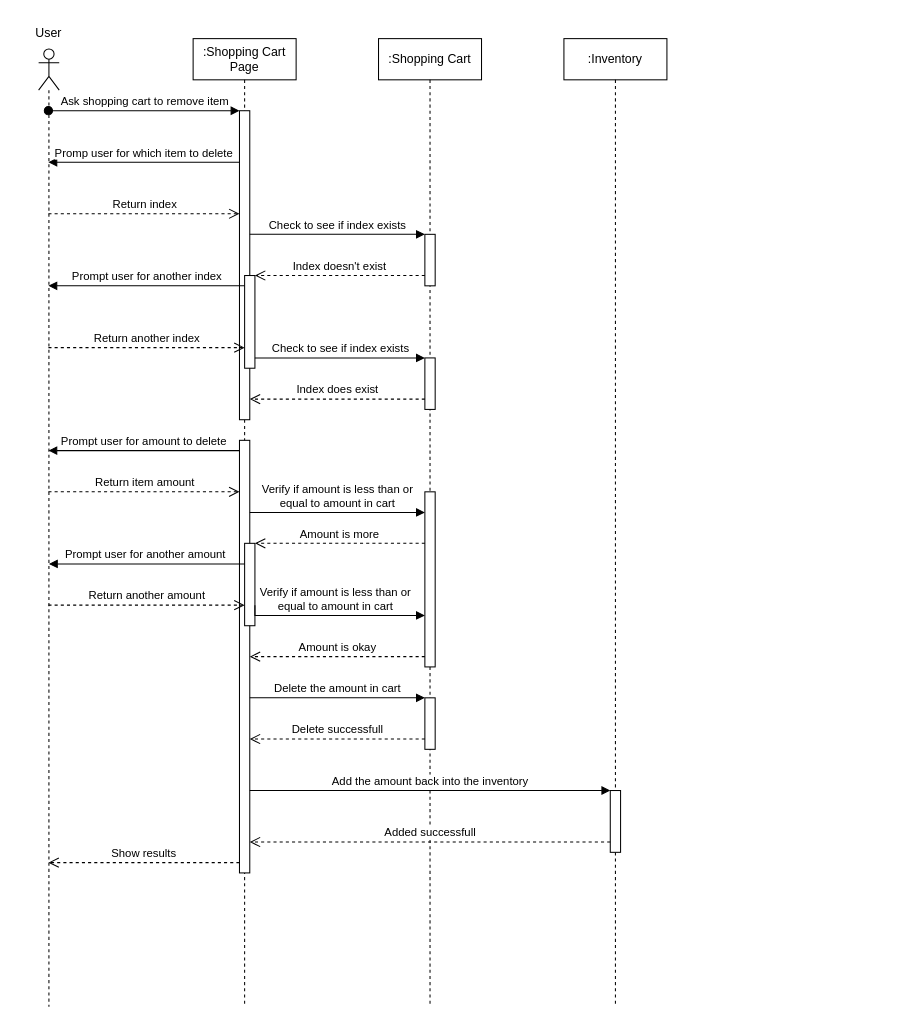
This is Remove Item Sequence Diagram.drawio from adl409/SE-project-Group-5, a draw.io file, before an edit. Source tidied: cells renumbered, new cells numbered last; positions are measured from the earlier drawing's top-left corner, leaving out a move shared by most shapes. Both pictures are drawn from the tidied source at 103%, with x=0, y=0 at pixel (18, 18).
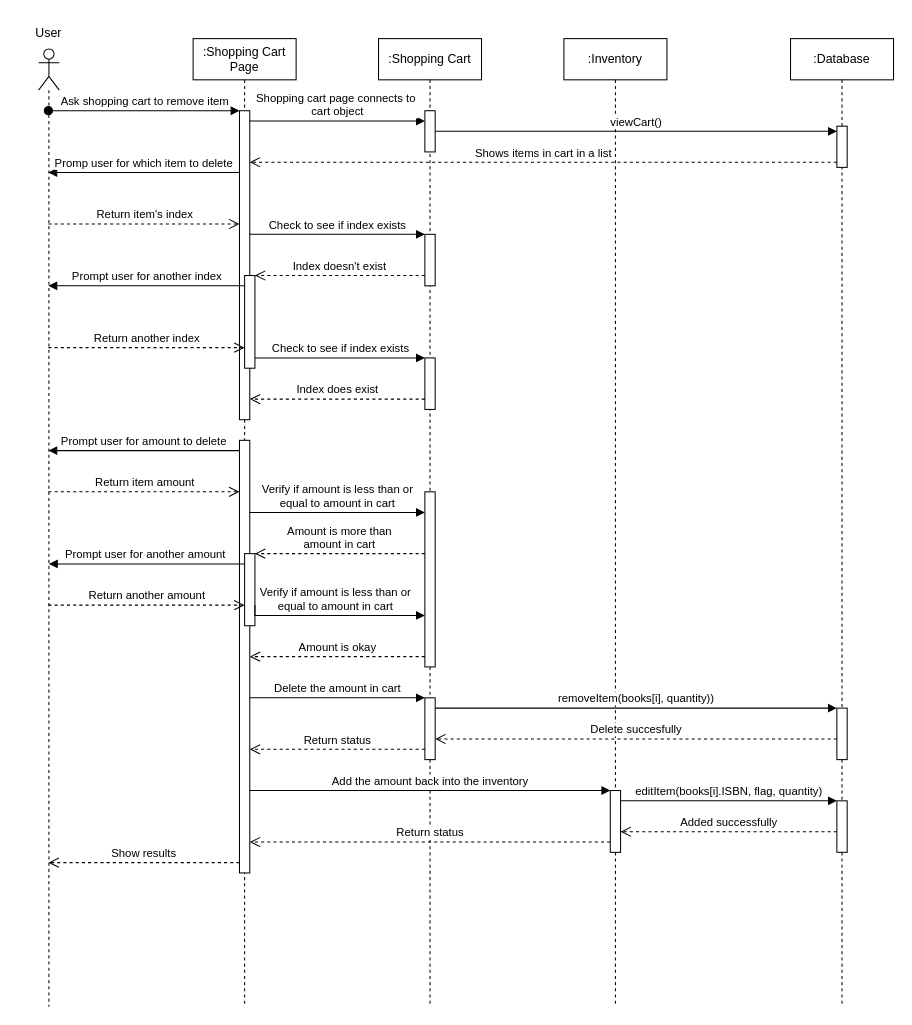
The same diagram, later.

Unchanged cells that the change refers to:
```xml
<mxCell id="2" value=":Shopping Cart" style="shape=umlLifeline;perimeter=lifelinePerimeter;whiteSpace=wrap;html=1;newEdgeStyle={&quot;edgeStyle&quot;:&quot;elbowEdgeStyle&quot;,&quot;elbow&quot;:&quot;vertical&quot;,&quot;curved&quot;:0,&quot;rounded&quot;:0};" parent="1" vertex="1">
  <mxGeometry x="350" y="20" width="100" height="940" as="geometry" />
</mxCell>
<mxCell id="4" style="html=1;points=[];perimeter=orthogonalPerimeter;outlineConnect=0;targetShapes=umlLifeline;portConstraint=eastwest;newEdgeStyle={&quot;edgeStyle&quot;:&quot;elbowEdgeStyle&quot;,&quot;elbow&quot;:&quot;vertical&quot;,&quot;curved&quot;:0,&quot;rounded&quot;:0};" parent="2" vertex="1">
  <mxGeometry x="45" y="440" width="10" height="170" as="geometry" />
</mxCell>
<mxCell id="8" style="html=1;points=[];perimeter=orthogonalPerimeter;outlineConnect=0;targetShapes=umlLifeline;portConstraint=eastwest;newEdgeStyle={&quot;edgeStyle&quot;:&quot;elbowEdgeStyle&quot;,&quot;elbow&quot;:&quot;vertical&quot;,&quot;curved&quot;:0,&quot;rounded&quot;:0};" parent="7" vertex="1">
  <mxGeometry x="45" y="730" width="10" height="60" as="geometry" />
</mxCell>
<mxCell id="9" style="shape=umlLifeline;perimeter=lifelinePerimeter;whiteSpace=wrap;html=1;outlineConnect=0;portConstraint=eastwest;newEdgeStyle={&quot;edgeStyle&quot;:&quot;elbowEdgeStyle&quot;,&quot;elbow&quot;:&quot;vertical&quot;,&quot;curved&quot;:0,&quot;rounded&quot;:0};participant=umlActor;" parent="1" vertex="1">
  <mxGeometry x="20" y="30" width="20" height="930" as="geometry" />
</mxCell>
<mxCell id="12" value=":Shopping Cart Page" style="shape=umlLifeline;perimeter=lifelinePerimeter;whiteSpace=wrap;html=1;newEdgeStyle={&quot;edgeStyle&quot;:&quot;elbowEdgeStyle&quot;,&quot;elbow&quot;:&quot;vertical&quot;,&quot;curved&quot;:0,&quot;rounded&quot;:0};" parent="1" vertex="1">
  <mxGeometry x="170" y="20" width="100" height="940" as="geometry" />
</mxCell>
<mxCell id="13" style="html=1;points=[];perimeter=orthogonalPerimeter;outlineConnect=0;targetShapes=umlLifeline;portConstraint=eastwest;newEdgeStyle={&quot;edgeStyle&quot;:&quot;elbowEdgeStyle&quot;,&quot;elbow&quot;:&quot;vertical&quot;,&quot;curved&quot;:0,&quot;rounded&quot;:0};" parent="12" vertex="1">
  <mxGeometry x="45" y="70" width="10" height="300" as="geometry" />
</mxCell>
<mxCell id="15" style="html=1;points=[];perimeter=orthogonalPerimeter;outlineConnect=0;targetShapes=umlLifeline;portConstraint=eastwest;newEdgeStyle={&quot;edgeStyle&quot;:&quot;elbowEdgeStyle&quot;,&quot;elbow&quot;:&quot;vertical&quot;,&quot;curved&quot;:0,&quot;rounded&quot;:0};" parent="12" vertex="1">
  <mxGeometry x="45" y="390" width="10" height="420" as="geometry" />
</mxCell>
```

Diff of the diagram source:
```diff
@@
     <mxCell id="6" style="html=1;points=[];perimeter=orthogonalPerimeter;outlineConnect=0;targetShapes=umlLifeline;portConstraint=eastwest;newEdgeStyle={&quot;edgeStyle&quot;:&quot;elbowEdgeStyle&quot;,&quot;elbow&quot;:&quot;vertical&quot;,&quot;curved&quot;:0,&quot;rounded&quot;:0};" parent="2" vertex="1">
-      <mxGeometry x="45" y="640" width="10" height="50" as="geometry" />
+      <mxGeometry x="45" y="640" width="10" height="60" as="geometry" />
     </mxCell>
+    <mxCell id="38" style="html=1;points=[];perimeter=orthogonalPerimeter;outlineConnect=0;targetShapes=umlLifeline;portConstraint=eastwest;newEdgeStyle={&quot;edgeStyle&quot;:&quot;elbowEdgeStyle&quot;,&quot;elbow&quot;:&quot;vertical&quot;,&quot;curved&quot;:0,&quot;rounded&quot;:0};" parent="2" vertex="1">
+      <mxGeometry x="45" y="70" width="10" height="40" as="geometry" />
+    </mxCell>
@@
     <mxCell id="16" style="html=1;points=[];perimeter=orthogonalPerimeter;outlineConnect=0;targetShapes=umlLifeline;portConstraint=eastwest;newEdgeStyle={&quot;edgeStyle&quot;:&quot;elbowEdgeStyle&quot;,&quot;elbow&quot;:&quot;vertical&quot;,&quot;curved&quot;:0,&quot;rounded&quot;:0};" parent="12" vertex="1">
-      <mxGeometry x="50" y="490" width="10" height="80" as="geometry" />
+      <mxGeometry x="50" y="500" width="10" height="70" as="geometry" />
     </mxCell>
     <mxCell id="17" value="Promp user for which item to delete" style="html=1;verticalAlign=bottom;endArrow=block;edgeStyle=elbowEdgeStyle;elbow=vertical;curved=0;rounded=0;" parent="1" edge="1" source="13" target="9">
       <mxGeometry relative="1" as="geometry">
         <Array as="points">
-          <mxPoint x="130" y="140" />
+          <mxPoint x="130" y="150" />
           <mxPoint x="100" y="130" />
         </Array>
       </mxGeometry>
     </mxCell>
-    <mxCell id="18" value="Return index" style="html=1;verticalAlign=bottom;endArrow=open;dashed=1;endSize=8;edgeStyle=elbowEdgeStyle;elbow=vertical;curved=0;rounded=0;" parent="1" edge="1" source="9" target="13">
+    <mxCell id="18" value="Return item's index" style="html=1;verticalAlign=bottom;endArrow=open;dashed=1;endSize=8;edgeStyle=elbowEdgeStyle;elbow=vertical;curved=0;rounded=0;" parent="1" edge="1" source="9" target="13">
       <mxGeometry relative="1" as="geometry">
         <Array as="points">
+          <mxPoint x="150" y="200" />
           <mxPoint x="170" y="190" />
           <mxPoint x="210" y="170" />
         </Array>
       </mxGeometry>
     </mxCell>
@@
-    <mxCell id="28" value="Amount is more" style="html=1;verticalAlign=bottom;endArrow=open;dashed=1;endSize=8;edgeStyle=elbowEdgeStyle;elbow=vertical;curved=0;rounded=0;" parent="1" edge="1" source="4" target="16">
+    <mxCell id="28" value="Amount is more than &lt;br&gt;amount in cart" style="html=1;verticalAlign=bottom;endArrow=open;dashed=1;endSize=8;edgeStyle=elbowEdgeStyle;elbow=vertical;curved=0;rounded=0;" parent="1" edge="1" source="4" target="16">
       <mxGeometry relative="1" as="geometry">
         <Array as="points">
+          <mxPoint x="360" y="520" />
           <mxPoint x="260" y="510" />
           <mxPoint x="340" y="520" />
         </Array>
       </mxGeometry>
     </mxCell>
@@
-    <mxCell id="34" value="Added successfull" style="html=1;verticalAlign=bottom;endArrow=open;dashed=1;endSize=8;edgeStyle=elbowEdgeStyle;elbow=vertical;curved=0;rounded=0;" parent="1" edge="1" source="8" target="15">
+    <mxCell id="34" value="Return status" style="html=1;verticalAlign=bottom;endArrow=open;dashed=1;endSize=8;edgeStyle=elbowEdgeStyle;elbow=vertical;curved=0;rounded=0;" parent="1" edge="1" source="8" target="15">
       <mxGeometry relative="1" as="geometry">
         <Array as="points">
           <mxPoint x="310" y="800" />
           <mxPoint x="490" y="790" />
           <mxPoint x="440" y="780" />
           <mxPoint x="480" y="750" />
           <mxPoint x="270" y="740" />
         </Array>
       </mxGeometry>
     </mxCell>
@@
-    <mxCell id="37" value="Delete&amp;nbsp;successfull" style="html=1;verticalAlign=bottom;endArrow=open;dashed=1;endSize=8;edgeStyle=elbowEdgeStyle;elbow=vertical;curved=0;rounded=0;" parent="1" edge="1" source="6" target="15">
+    <mxCell id="37" value="Return status" style="html=1;verticalAlign=bottom;endArrow=open;dashed=1;endSize=8;edgeStyle=elbowEdgeStyle;elbow=vertical;curved=0;rounded=0;" parent="1" edge="1" source="6" target="15">
       <mxGeometry relative="1" as="geometry">
         <Array as="points">
+          <mxPoint x="360" y="710" />
           <mxPoint x="370" y="700" />
           <mxPoint x="260" y="690" />
           <mxPoint x="330" y="690" />
           <mxPoint x="450" y="790" />
           <mxPoint x="490" y="760" />
           <mxPoint x="280" y="750" />
         </Array>
       </mxGeometry>
     </mxCell>
+    <mxCell id="39" value=":Database" style="shape=umlLifeline;perimeter=lifelinePerimeter;whiteSpace=wrap;html=1;newEdgeStyle={&quot;edgeStyle&quot;:&quot;elbowEdgeStyle&quot;,&quot;elbow&quot;:&quot;vertical&quot;,&quot;curved&quot;:0,&quot;rounded&quot;:0};" parent="1" vertex="1">
+      <mxGeometry x="750" y="20" width="100" height="940" as="geometry" />
+    </mxCell>
+    <mxCell id="40" style="html=1;points=[];perimeter=orthogonalPerimeter;outlineConnect=0;targetShapes=umlLifeline;portConstraint=eastwest;newEdgeStyle={&quot;edgeStyle&quot;:&quot;elbowEdgeStyle&quot;,&quot;elbow&quot;:&quot;vertical&quot;,&quot;curved&quot;:0,&quot;rounded&quot;:0};" parent="39" vertex="1">
+      <mxGeometry x="45" y="650" width="10" height="50" as="geometry" />
+    </mxCell>
+    <mxCell id="41" style="html=1;points=[];perimeter=orthogonalPerimeter;outlineConnect=0;targetShapes=umlLifeline;portConstraint=eastwest;newEdgeStyle={&quot;edgeStyle&quot;:&quot;elbowEdgeStyle&quot;,&quot;elbow&quot;:&quot;vertical&quot;,&quot;curved&quot;:0,&quot;rounded&quot;:0};" parent="39" vertex="1">
+      <mxGeometry x="45" y="85" width="10" height="40" as="geometry" />
+    </mxCell>
+    <mxCell id="42" style="html=1;points=[];perimeter=orthogonalPerimeter;outlineConnect=0;targetShapes=umlLifeline;portConstraint=eastwest;newEdgeStyle={&quot;edgeStyle&quot;:&quot;elbowEdgeStyle&quot;,&quot;elbow&quot;:&quot;vertical&quot;,&quot;curved&quot;:0,&quot;rounded&quot;:0};" parent="39" vertex="1">
+      <mxGeometry x="45" y="740" width="10" height="50" as="geometry" />
+    </mxCell>
+    <mxCell id="43" value="viewCart()" style="html=1;verticalAlign=bottom;endArrow=block;edgeStyle=elbowEdgeStyle;elbow=vertical;curved=0;rounded=0;" parent="1" edge="1" source="38" target="41">
+      <mxGeometry relative="1" as="geometry">
+        <Array as="points">
+          <mxPoint x="470" y="110" />
+          <mxPoint x="480" y="110" />
+          <mxPoint x="500" y="100" />
+          <mxPoint x="550" y="100" />
+          <mxPoint x="530" y="90" />
+          <mxPoint x="270" y="100" />
+          <mxPoint x="220" y="110" />
+          <mxPoint x="440" y="150" />
+        </Array>
+      </mxGeometry>
+    </mxCell>
+    <mxCell id="44" value="Shows items in cart in a list" style="html=1;verticalAlign=bottom;endArrow=open;dashed=1;endSize=8;edgeStyle=elbowEdgeStyle;elbow=vertical;curved=0;rounded=0;" parent="1" edge="1" source="41" target="13">
+      <mxGeometry relative="1" as="geometry">
+        <Array as="points">
+          <mxPoint x="610" y="140" />
+          <mxPoint x="420" y="150" />
+          <mxPoint x="310" y="130" />
+          <mxPoint x="370" y="120" />
+          <mxPoint x="320" y="130" />
+        </Array>
+      </mxGeometry>
+    </mxCell>
+    <mxCell id="45" value="Shopping cart page connects to&amp;nbsp;&lt;br&gt;cart object" style="html=1;verticalAlign=bottom;endArrow=block;edgeStyle=elbowEdgeStyle;elbow=vertical;curved=0;rounded=0;" parent="1" edge="1" source="13" target="38">
+      <mxGeometry relative="1" as="geometry">
+        <Array as="points">
+          <mxPoint x="370" y="100" />
+        </Array>
+      </mxGeometry>
+    </mxCell>
+    <mxCell id="46" value="removeItem(books[i], quantity))" style="html=1;verticalAlign=bottom;endArrow=block;edgeStyle=elbowEdgeStyle;elbow=vertical;curved=0;rounded=0;" parent="1" edge="1" source="6" target="40">
+      <mxGeometry relative="1" as="geometry">
+        <Array as="points">
+          <mxPoint x="680" y="670" />
+        </Array>
+      </mxGeometry>
+    </mxCell>
+    <mxCell id="47" value="Delete succesfully" style="html=1;verticalAlign=bottom;endArrow=open;dashed=1;endSize=8;edgeStyle=elbowEdgeStyle;elbow=vertical;curved=0;rounded=0;" parent="1" edge="1" source="40" target="6">
+      <mxGeometry relative="1" as="geometry">
+        <Array as="points">
+          <mxPoint x="470" y="700" />
+          <mxPoint x="520" y="710" />
+          <mxPoint x="480" y="690" />
+        </Array>
+      </mxGeometry>
+    </mxCell>
+    <mxCell id="48" value="editItem(books[i].ISBN, flag, quantity)" style="html=1;verticalAlign=bottom;endArrow=block;edgeStyle=elbowEdgeStyle;elbow=vertical;curved=0;rounded=0;" parent="1" edge="1" source="8" target="42">
+      <mxGeometry relative="1" as="geometry">
+        <Array as="points">
+          <mxPoint x="720" y="760" />
+        </Array>
+      </mxGeometry>
+    </mxCell>
+    <mxCell id="49" value="Added successfully" style="html=1;verticalAlign=bottom;endArrow=open;dashed=1;endSize=8;edgeStyle=elbowEdgeStyle;elbow=vertical;curved=0;rounded=0;" parent="1" edge="1" source="42" target="8">
+      <mxGeometry relative="1" as="geometry">
+        <Array as="points">
+          <mxPoint x="670" y="790" />
+        </Array>
+      </mxGeometry>
+    </mxCell>
```
